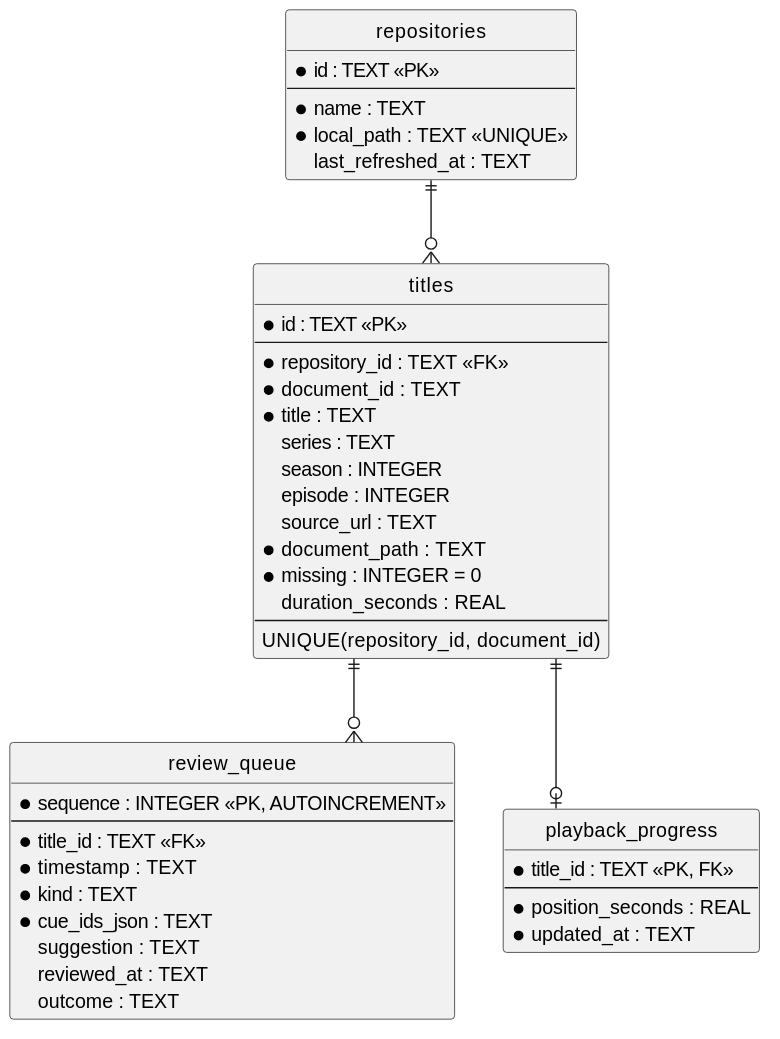
The PlantUML diagram docs/diagrams/database-schema.svg in parkie213/petites-roues, before a commit.
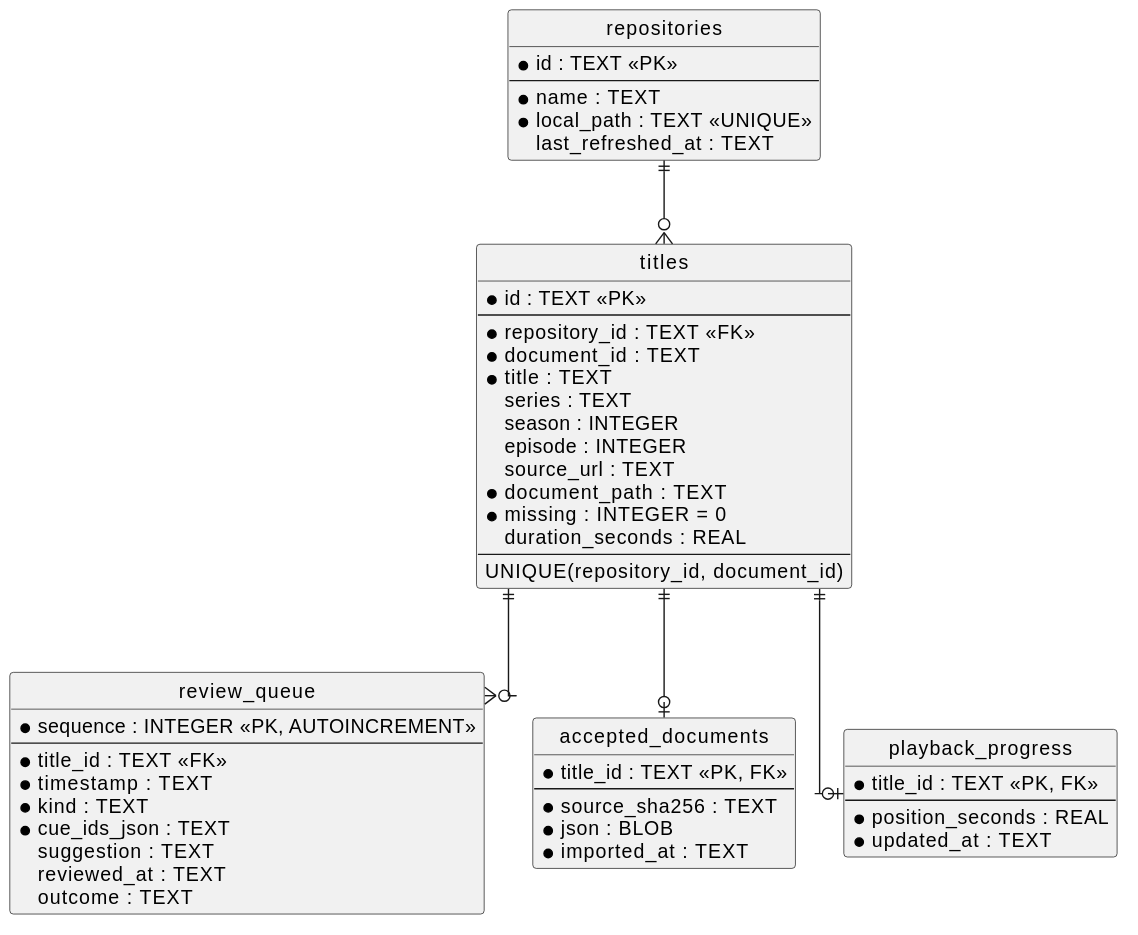
Above is the later version.

Diff of the diagram source:
```diff
@@ -40,6 +40,14 @@
   outcome : TEXT
 }
 
+entity "accepted_documents" as accepted {
+  * title_id : TEXT <<PK, FK>>
+  --
+  * source_sha256 : TEXT
+  * json : BLOB
+  * imported_at : TEXT
+}
+
 entity "playback_progress" as progress {
   * title_id : TEXT <<PK, FK>>
   --
@@ -49,5 +57,6 @@
 
 repositories ||--o{ titles
 titles ||--o{ reviews
+titles ||--o| accepted
 titles ||--o| progress
 @enduml
```
